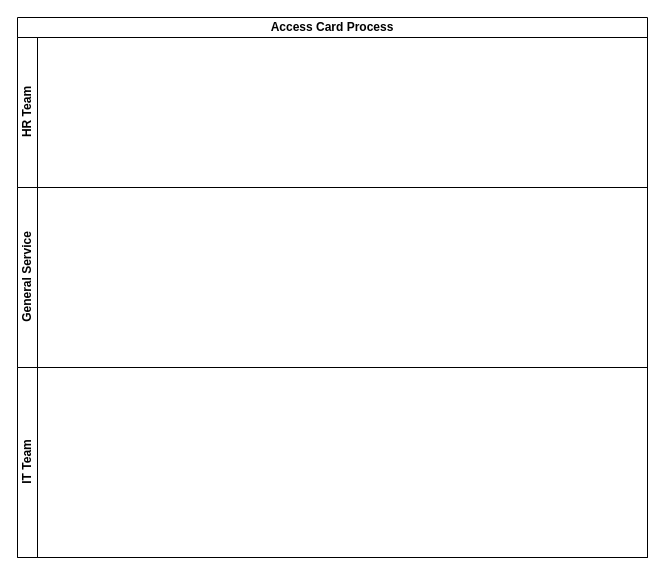
Earlier version of the draw.io diagram Access_Card_Process.drawio (Adityacs001/snippet). Source tidied: cells renumbered, new cells numbered last; positions are measured from the earlier drawing's top-left corner, leaving out a move shared by most shapes. Both pictures are drawn from the tidied source at 100%, with x=0, y=0 at pixel (17, 17).
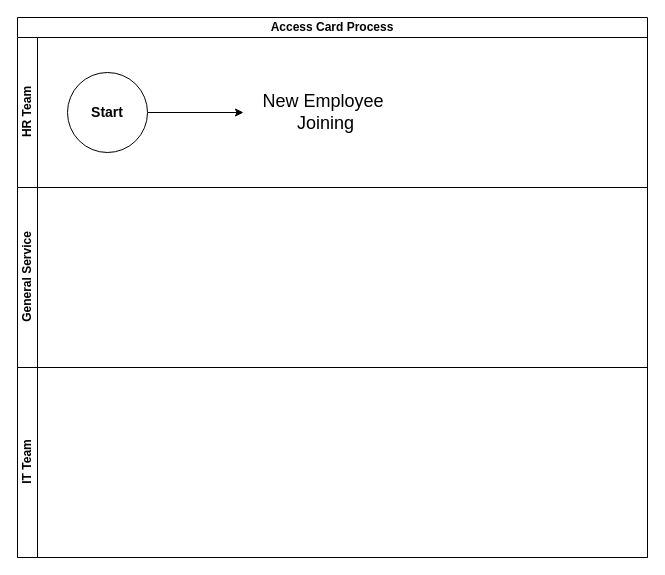
The same page after the edit.

Diff of the diagram source:
```diff
@@
 <mxGraphModel>
   <root>
     <mxCell id="0" />
     <mxCell id="1" parent="0" />
     <mxCell id="2" value="Access Card Process" style="swimlane;html=1;horizontal=1;startSize=20;whiteSpace=wrap;" parent="1" vertex="1">
       <mxGeometry width="630" height="540" as="geometry" />
     </mxCell>
     <mxCell id="3" value="HR Team" style="swimlane;html=1;startSize=20;horizontal=0;" parent="2" vertex="1">
       <mxGeometry y="20" width="630" height="150" as="geometry" />
     </mxCell>
+    <mxCell id="6" style="edgeStyle=orthogonalEdgeStyle;rounded=0;jettySize=auto;html=1;" parent="3" edge="1" source="7" target="8">
+      <mxGeometry relative="1" as="geometry" />
+    </mxCell>
+    <mxCell id="7" value="&lt;b&gt;&lt;font style=&quot;font-size: 14px;&quot;&gt;Start&lt;/font&gt;&lt;/b&gt;" style="ellipse;whiteSpace=wrap;html=1;" parent="3" vertex="1">
+      <mxGeometry x="50" y="35" width="80" height="80" as="geometry" />
+    </mxCell>
+    <mxCell id="8" value="&lt;font style=&quot;font-size: 18px;&quot;&gt;New Employee&lt;br&gt;&amp;nbsp;Joining&lt;/font&gt;" style="text;html=1;strokeColor=none;fillColor=none;align=center;verticalAlign=middle;whiteSpace=wrap;rounded=0;" parent="3" vertex="1">
+      <mxGeometry x="226" y="48" width="160" height="54" as="geometry" />
+    </mxCell>
     <mxCell id="4" value="General Service" style="swimlane;html=1;startSize=20;horizontal=0;" parent="2" vertex="1">
       <mxGeometry y="170" width="630" height="180" as="geometry" />
     </mxCell>
     <mxCell id="5" value="IT Team" style="swimlane;html=1;startSize=20;horizontal=0;" parent="2" vertex="1">
       <mxGeometry y="350" width="630" height="190" as="geometry" />
     </mxCell>
   </root>
 </mxGraphModel>
```
